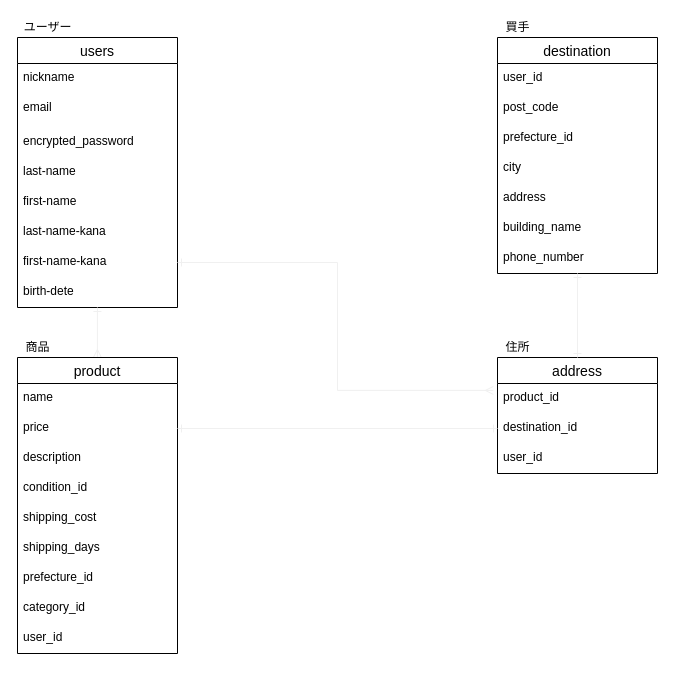
The draw.io diagram page "ページ2" (1 of 2) of furima.dio in nu-n/furima-36989, before the edit. Source tidied: cells renumbered, new cells numbered last; positions are measured from the earlier drawing's top-left corner, leaving out a move shared by most shapes. Both pictures are drawn from the tidied source at 100%, with x=0, y=0 at pixel (17, 17).
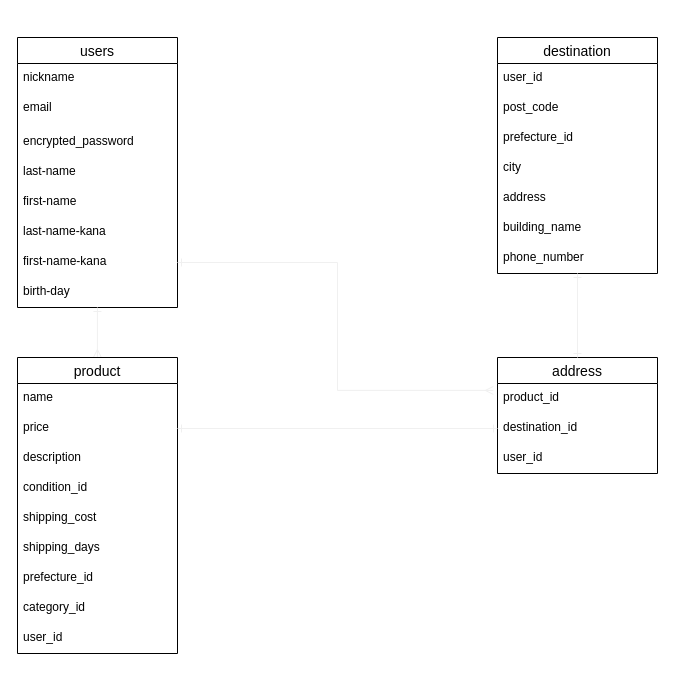
After the change.

Unchanged cells that the change refers to:
```xml
<mxCell id="2" value="users" style="swimlane;fontStyle=0;horizontal=1;startSize=26;align=center;fontSize=14;" parent="1" vertex="1">
  <mxGeometry y="20" width="160" height="270" as="geometry" />
</mxCell>
```

The edit, as a diff of the source:
```diff
@@
-    <mxCell id="10" value="birth-dete" style="text;strokeColor=none;fillColor=none;spacingLeft=4;spacingRight=4;overflow=hidden;fontSize=12;" parent="2" vertex="1">
+    <mxCell id="10" value="birth-day" style="text;strokeColor=none;fillColor=none;spacingLeft=4;spacingRight=4;overflow=hidden;fontSize=12;" parent="2" vertex="1">
       <mxGeometry y="240" width="160" height="30" as="geometry" />
     </mxCell>
@@
-    <mxCell id="30" value="ユーザー" style="text;html=1;align=center;verticalAlign=middle;strokeColor=none;" parent="1" vertex="1">
-      <mxGeometry width="60" height="20" as="geometry" />
-    </mxCell>
-    <mxCell id="31" value="商品" style="text;html=1;align=center;verticalAlign=middle;strokeColor=none;" parent="1" vertex="1">
-      <mxGeometry y="320" width="40" height="20" as="geometry" />
-    </mxCell>
-    <mxCell id="32" value="買手" style="text;html=1;align=center;verticalAlign=middle;strokeColor=none;" parent="1" vertex="1">
-      <mxGeometry x="480" width="40" height="20" as="geometry" />
-    </mxCell>
@@
-    <mxCell id="37" value="住所" style="text;html=1;align=center;verticalAlign=middle;strokeColor=none;" parent="1" vertex="1">
-      <mxGeometry x="480" y="320" width="40" height="20" as="geometry" />
-    </mxCell>
```
